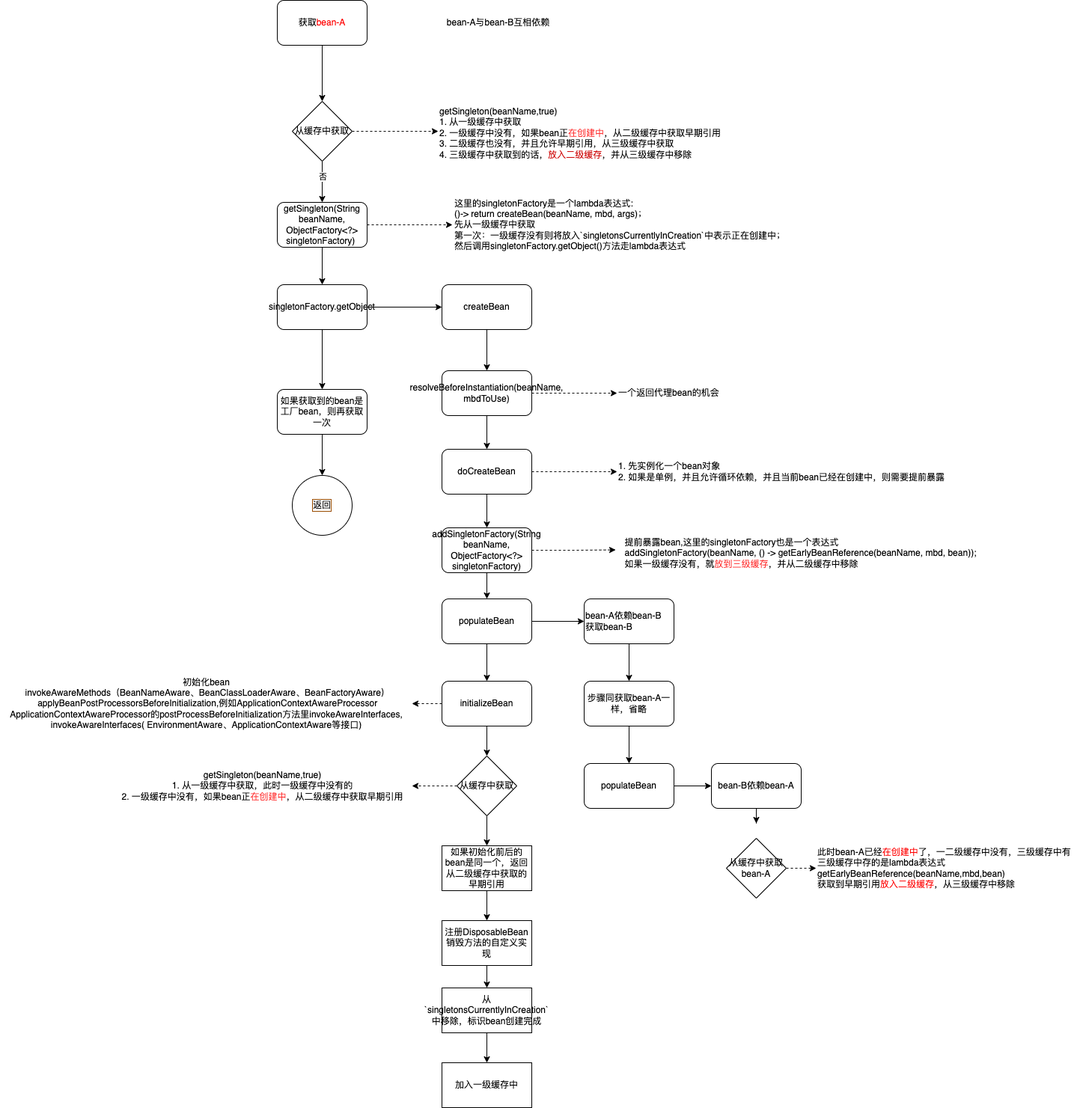
Before: src/main/java/com/example/documents/spring/image/spring-bean-lifecycle.png, a diagram exported from draw.io (codeeasily/MyNotes). Source tidied: cells renumbered, new cells last; positions are measured from the earlier drawing's top-left corner, leaving out a move shared by most shapes. The source it was exported from:
```xml
<mxGraphModel>
  <root>
    <mxCell id="0" />
    <mxCell id="1" parent="0" />
    <mxCell id="2" style="edgeStyle=orthogonalEdgeStyle;rounded=0;jettySize=auto;html=1;entryX=0.5;entryY=0;entryDx=0;entryDy=0;" parent="1" edge="1" source="3" target="12">
      <mxGeometry relative="1" as="geometry" />
    </mxCell>
    <mxCell id="3" value="获取&lt;font color=&quot;#ff0000&quot;&gt;bean-A&lt;/font&gt;" style="rounded=1;whiteSpace=wrap;html=1;" parent="1" vertex="1">
      <mxGeometry x="370" width="120" height="60" as="geometry" />
    </mxCell>
    <mxCell id="4" style="edgeStyle=orthogonalEdgeStyle;rounded=0;jettySize=auto;html=1;exitX=0.5;exitY=1;exitDx=0;exitDy=0;" parent="1" edge="1" source="12" target="10">
      <mxGeometry relative="1" as="geometry" />
    </mxCell>
    <mxCell id="5" value="否" style="edgeLabel;html=1;align=center;verticalAlign=middle;" parent="4" vertex="1">
      <mxGeometry x="-0.15" y="-2" relative="1" as="geometry">
        <mxPoint x="2" y="-3" as="offset" />
      </mxGeometry>
    </mxCell>
    <mxCell id="6" value="&lt;div style=&quot;orphans: 4; text-align: left;&quot;&gt;&lt;font face=&quot;Helvetica Neue, Helvetica, Arial, Segoe UI Emoji, sans-serif&quot; color=&quot;#b8bfc6&quot;&gt;&lt;span style=&quot;font-size: 16px; caret-color: rgb(184, 191, 198);&quot;&gt;&lt;br&gt;&lt;/span&gt;&lt;/font&gt;&lt;/div&gt;" style="text;html=1;align=center;verticalAlign=middle;strokeColor=none;fillColor=none;" parent="1" vertex="1">
      <mxGeometry x="800" y="215" width="20" height="30" as="geometry" />
    </mxCell>
    <mxCell id="7" value="getSingleton(beanName,true)&lt;br&gt;1. 从一级缓存中获取&lt;br&gt;2. 一级缓存中没有，如果bean正&lt;font color=&quot;#ff3333&quot;&gt;在创建中&lt;/font&gt;，从二级缓存中获取早期引用&lt;br&gt;3. 二级缓存也没有，并且允许早期引用，从三级缓存中获取&lt;br&gt;4. 三级缓存中获取到的话，&lt;font color=&quot;#cc0000&quot;&gt;放入二级缓存&lt;/font&gt;，并从三级缓存中移除" style="text;whiteSpace=wrap;html=1;" parent="1" vertex="1">
      <mxGeometry x="585" y="135" width="410" height="80" as="geometry" />
    </mxCell>
    <mxCell id="8" style="edgeStyle=orthogonalEdgeStyle;rounded=0;jettySize=auto;html=1;dashed=1;fontColor=#000000;" parent="1" edge="1" source="10">
      <mxGeometry relative="1" as="geometry">
        <mxPoint x="604" y="300" as="targetPoint" />
      </mxGeometry>
    </mxCell>
    <mxCell id="9" style="edgeStyle=orthogonalEdgeStyle;rounded=0;jettySize=auto;html=1;fontColor=#000000;" parent="1" edge="1" source="10" target="60">
      <mxGeometry relative="1" as="geometry" />
    </mxCell>
    <mxCell id="10" value="getSingleton(String beanName, ObjectFactory&amp;lt;?&amp;gt; singletonFactory)&amp;nbsp;" style="whiteSpace=wrap;html=1;rounded=1;" parent="1" vertex="1">
      <mxGeometry x="370" y="270" width="120" height="60" as="geometry" />
    </mxCell>
    <mxCell id="11" style="edgeStyle=orthogonalEdgeStyle;rounded=0;jettySize=auto;html=1;entryX=0;entryY=0.5;entryDx=0;entryDy=0;dashed=1;fontColor=#000000;" parent="1" edge="1" source="12" target="7">
      <mxGeometry relative="1" as="geometry" />
    </mxCell>
    <mxCell id="12" value="从缓存中获取" style="rhombus;whiteSpace=wrap;html=1;" parent="1" vertex="1">
      <mxGeometry x="390" y="135" width="80" height="80" as="geometry" />
    </mxCell>
    <mxCell id="13" value="这里的singletonFactory是一个lambda表达式:&lt;br&gt;()-&amp;gt; return createBean(beanName, mbd, args)；&lt;br&gt;先从一级缓存中获取&lt;br&gt;第一次：一级缓存没有则将放入`singletonsCurrentlyInCreation`中表示正在创建中；&lt;br&gt;然后调用singletonFactory.getObject()方法走lambda表达式" style="text;html=1;align=left;verticalAlign=middle;strokeColor=none;fillColor=none;" parent="1" vertex="1">
      <mxGeometry x="605" y="255" width="470" height="90" as="geometry" />
    </mxCell>
    <mxCell id="14" style="edgeStyle=orthogonalEdgeStyle;rounded=0;jettySize=auto;html=1;" parent="1" edge="1" source="16" target="20">
      <mxGeometry relative="1" as="geometry" />
    </mxCell>
    <mxCell id="15" style="edgeStyle=orthogonalEdgeStyle;rounded=0;jettySize=auto;html=1;dashed=1;fontColor=#000000;" parent="1" edge="1" source="16" target="17">
      <mxGeometry relative="1" as="geometry" />
    </mxCell>
    <mxCell id="16" value="resolveBeforeInstantiation(beanName, mbdToUse)" style="rounded=1;align=center;whiteSpace=wrap;html=1;" parent="1" vertex="1">
      <mxGeometry x="590" y="495" width="120" height="60" as="geometry" />
    </mxCell>
    <mxCell id="17" value="一个返回代理bean的机会" style="text;html=1;align=left;verticalAlign=middle;points=[];strokeColor=none;fillColor=none;" parent="1" vertex="1">
      <mxGeometry x="824" y="510" width="160" height="30" as="geometry" />
    </mxCell>
    <mxCell id="18" style="edgeStyle=orthogonalEdgeStyle;rounded=0;jettySize=auto;html=1;" parent="1" edge="1" source="20" target="24">
      <mxGeometry relative="1" as="geometry" />
    </mxCell>
    <mxCell id="19" style="edgeStyle=orthogonalEdgeStyle;rounded=0;jettySize=auto;html=1;dashed=1;fontColor=#000000;" parent="1" edge="1" source="20" target="21">
      <mxGeometry relative="1" as="geometry" />
    </mxCell>
    <mxCell id="20" value="doCreateBean" style="whiteSpace=wrap;html=1;rounded=1;" parent="1" vertex="1">
      <mxGeometry x="590" y="600" width="120" height="60" as="geometry" />
    </mxCell>
    <mxCell id="21" value="&lt;span style=&quot;background-color: initial;&quot;&gt;1. 先实例化一个bean对象&lt;/span&gt;&lt;br&gt;&lt;span style=&quot;background-color: initial;&quot;&gt;2. 如果是单例，并且允许循环依赖，并且当前bean已经在创建中，则需要提前暴露&lt;/span&gt;" style="text;html=1;align=left;verticalAlign=middle;points=[];strokeColor=none;fillColor=none;" parent="1" vertex="1">
      <mxGeometry x="824" y="610" width="460" height="40" as="geometry" />
    </mxCell>
    <mxCell id="22" style="edgeStyle=orthogonalEdgeStyle;rounded=0;jettySize=auto;html=1;fontColor=#FF3333;" parent="1" edge="1" source="24" target="28">
      <mxGeometry relative="1" as="geometry" />
    </mxCell>
    <mxCell id="23" style="edgeStyle=orthogonalEdgeStyle;rounded=0;jettySize=auto;html=1;entryX=-0.004;entryY=0.425;entryDx=0;entryDy=0;entryPerimeter=0;fontColor=#000000;dashed=1;" parent="1" edge="1" source="24" target="25">
      <mxGeometry relative="1" as="geometry" />
    </mxCell>
    <mxCell id="24" value="addSingletonFactory(String beanName, ObjectFactory&amp;lt;?&amp;gt; singletonFactory)" style="whiteSpace=wrap;html=1;rounded=1;" parent="1" vertex="1">
      <mxGeometry x="590" y="705" width="120" height="60" as="geometry" />
    </mxCell>
    <mxCell id="25" value="&lt;div style=&quot;text-align: left;&quot;&gt;&lt;span style=&quot;background-color: initial;&quot;&gt;提前暴露bean,这里的singletonFactory也是一个表达式&lt;/span&gt;&lt;/div&gt;addSingletonFactory(beanName, () -&amp;gt; getEarlyBeanReference(beanName, mbd, bean));&lt;br&gt;&lt;div style=&quot;text-align: left;&quot;&gt;如果一级缓存没有，就&lt;font color=&quot;#ff3333&quot;&gt;放到三级缓存&lt;/font&gt;，并从二级缓存中移除&lt;/div&gt;" style="text;html=1;align=center;verticalAlign=middle;points=[];strokeColor=none;fillColor=none;" parent="1" vertex="1">
      <mxGeometry x="824" y="709" width="490" height="60" as="geometry" />
    </mxCell>
    <mxCell id="26" style="edgeStyle=orthogonalEdgeStyle;rounded=0;jettySize=auto;html=1;fontColor=#FF3333;" parent="1" edge="1" source="28" target="31">
      <mxGeometry relative="1" as="geometry" />
    </mxCell>
    <mxCell id="27" style="edgeStyle=orthogonalEdgeStyle;rounded=0;jettySize=auto;html=1;fontColor=#000000;" parent="1" edge="1" source="28" target="34">
      <mxGeometry relative="1" as="geometry" />
    </mxCell>
    <mxCell id="28" value="populateBean" style="whiteSpace=wrap;html=1;rounded=1;" parent="1" vertex="1">
      <mxGeometry x="590" y="800" width="120" height="60" as="geometry" />
    </mxCell>
    <mxCell id="29" style="edgeStyle=orthogonalEdgeStyle;rounded=0;jettySize=auto;html=1;dashed=1;fontColor=#000000;" parent="1" edge="1" source="31" target="44">
      <mxGeometry relative="1" as="geometry" />
    </mxCell>
    <mxCell id="30" style="edgeStyle=orthogonalEdgeStyle;rounded=0;jettySize=auto;html=1;fontColor=#FF0000;" parent="1" edge="1" source="31" target="47">
      <mxGeometry relative="1" as="geometry" />
    </mxCell>
    <mxCell id="31" value="initializeBean" style="whiteSpace=wrap;html=1;rounded=1;" parent="1" vertex="1">
      <mxGeometry x="590" y="910" width="120" height="60" as="geometry" />
    </mxCell>
    <mxCell id="32" value="&lt;font color=&quot;#000000&quot;&gt;bean-A与bean-B互相依赖&lt;/font&gt;" style="text;html=1;align=center;verticalAlign=middle;strokeColor=none;fillColor=none;fontColor=#FF3333;" parent="1" vertex="1">
      <mxGeometry x="585" y="15" width="160" height="30" as="geometry" />
    </mxCell>
    <mxCell id="33" style="edgeStyle=orthogonalEdgeStyle;rounded=0;jettySize=auto;html=1;fontColor=#FF3333;" parent="1" edge="1" source="34" target="40">
      <mxGeometry relative="1" as="geometry" />
    </mxCell>
    <mxCell id="34" value="bean-A依赖bean-B&lt;br&gt;获取bean-B" style="whiteSpace=wrap;html=1;rounded=1;align=left;" parent="1" vertex="1">
      <mxGeometry x="780" y="800" width="120" height="60" as="geometry" />
    </mxCell>
    <mxCell id="35" style="edgeStyle=orthogonalEdgeStyle;rounded=0;jettySize=auto;html=1;fontColor=#FF3333;" parent="1" edge="1" source="36" target="38">
      <mxGeometry relative="1" as="geometry" />
    </mxCell>
    <mxCell id="36" value="populateBean" style="whiteSpace=wrap;html=1;rounded=1;" parent="1" vertex="1">
      <mxGeometry x="780" y="1020" width="120" height="60" as="geometry" />
    </mxCell>
    <mxCell id="37" style="edgeStyle=orthogonalEdgeStyle;rounded=0;jettySize=auto;html=1;fontColor=#FF3333;" parent="1" edge="1" source="38">
      <mxGeometry relative="1" as="geometry">
        <mxPoint x="1010" y="1100" as="targetPoint" />
      </mxGeometry>
    </mxCell>
    <mxCell id="38" value="bean-B依赖bean-A" style="whiteSpace=wrap;html=1;rounded=1;" parent="1" vertex="1">
      <mxGeometry x="950" y="1020" width="120" height="60" as="geometry" />
    </mxCell>
    <mxCell id="39" style="edgeStyle=orthogonalEdgeStyle;rounded=0;jettySize=auto;html=1;fontColor=#FF3333;" parent="1" edge="1" source="40" target="36">
      <mxGeometry relative="1" as="geometry" />
    </mxCell>
    <mxCell id="40" value="步骤同获取bean-A一样，省略" style="whiteSpace=wrap;html=1;align=center;rounded=1;" parent="1" vertex="1">
      <mxGeometry x="780" y="910" width="120" height="60" as="geometry" />
    </mxCell>
    <mxCell id="41" value="&lt;font color=&quot;#000000&quot;&gt;此时bean-A已经&lt;/font&gt;&lt;font color=&quot;#ff0000&quot;&gt;在创建中&lt;/font&gt;&lt;font color=&quot;#000000&quot;&gt;了，一二级缓存中没有，三级缓存中有&lt;br&gt;三级缓存中存的是lambda表达式&lt;br&gt;getEarlyBeanReference(beanName,mbd,bean)&lt;br&gt;获取到早期引用&lt;/font&gt;&lt;font color=&quot;#ff0000&quot;&gt;放入二级缓存&lt;/font&gt;&lt;font color=&quot;#000000&quot;&gt;，从三级缓存中移除&lt;br&gt;&lt;/font&gt;" style="text;html=1;align=left;verticalAlign=middle;points=[];strokeColor=none;fillColor=none;fontColor=#FF3333;" parent="1" vertex="1">
      <mxGeometry x="1090" y="1125" width="360" height="70" as="geometry" />
    </mxCell>
    <mxCell id="42" style="edgeStyle=orthogonalEdgeStyle;rounded=0;jettySize=auto;html=1;dashed=1;fontColor=#000000;" parent="1" edge="1" source="43" target="41">
      <mxGeometry relative="1" as="geometry" />
    </mxCell>
    <mxCell id="43" value="从缓存中获取&lt;br&gt;bean-A" style="rhombus;whiteSpace=wrap;html=1;fontColor=#000000;" parent="1" vertex="1">
      <mxGeometry x="970" y="1120" width="80" height="80" as="geometry" />
    </mxCell>
    <mxCell id="44" value="&lt;div&gt;初始化bean&lt;/div&gt;&lt;div&gt;&amp;nbsp;invokeAwareMethods（BeanNameAware、BeanClassLoaderAware、BeanFactoryAware）&lt;/div&gt;&lt;div&gt;&amp;nbsp;applyBeanPostProcessorsBeforeInitialization,例如ApplicationContextAwareProcessor&lt;/div&gt;&lt;div&gt;ApplicationContextAwareProcessor的postProcessBeforeInitialization方法里invokeAwareInterfaces,&lt;/div&gt;&lt;div&gt;invokeAwareInterfaces( EnvironmentAware、ApplicationContextAware等接口)&lt;/div&gt;" style="text;html=1;align=center;verticalAlign=middle;points=[];strokeColor=none;fillColor=none;fontColor=#000000;" parent="1" vertex="1">
      <mxGeometry y="895" width="550" height="90" as="geometry" />
    </mxCell>
    <mxCell id="45" style="edgeStyle=orthogonalEdgeStyle;rounded=0;jettySize=auto;html=1;fontColor=#000000;" parent="1" edge="1" source="47" target="50">
      <mxGeometry relative="1" as="geometry" />
    </mxCell>
    <mxCell id="46" style="edgeStyle=orthogonalEdgeStyle;rounded=0;jettySize=auto;html=1;fontColor=#000000;dashed=1;" parent="1" edge="1" source="47" target="48">
      <mxGeometry relative="1" as="geometry" />
    </mxCell>
    <mxCell id="47" value="从缓存中获取" style="rhombus;whiteSpace=wrap;html=1;" parent="1" vertex="1">
      <mxGeometry x="610" y="1010" width="80" height="80" as="geometry" />
    </mxCell>
    <mxCell id="48" value="&lt;span style=&quot;color: rgb(0, 0, 0);&quot;&gt;getSingleton(beanName,true)&lt;/span&gt;&lt;br style=&quot;color: rgb(0, 0, 0);&quot;&gt;&lt;span style=&quot;color: rgb(0, 0, 0);&quot;&gt;1. 从一级缓存中获取，此时一级缓存中没有的&lt;/span&gt;&lt;br style=&quot;color: rgb(0, 0, 0);&quot;&gt;&lt;span style=&quot;color: rgb(0, 0, 0);&quot;&gt;2. 一级缓存中没有，如果bean正&lt;/span&gt;&lt;font style=&quot;&quot; color=&quot;#ff3333&quot;&gt;在创建中&lt;/font&gt;&lt;span style=&quot;color: rgb(0, 0, 0);&quot;&gt;，从二级缓存中获取早期引用&lt;/span&gt;" style="text;html=1;align=center;verticalAlign=middle;points=[];strokeColor=none;fillColor=none;fontColor=#FF0000;" parent="1" vertex="1">
      <mxGeometry x="150" y="1020" width="400" height="60" as="geometry" />
    </mxCell>
    <mxCell id="49" style="edgeStyle=orthogonalEdgeStyle;rounded=0;jettySize=auto;html=1;fontColor=#000000;" parent="1" edge="1" source="50" target="52">
      <mxGeometry relative="1" as="geometry" />
    </mxCell>
    <mxCell id="50" value="如果初始化前后的bean是同一个，返回从二级缓存中获取的早期引用" style="whiteSpace=wrap;html=1;" parent="1" vertex="1">
      <mxGeometry x="590" y="1130" width="120" height="60" as="geometry" />
    </mxCell>
    <mxCell id="51" style="edgeStyle=orthogonalEdgeStyle;rounded=0;jettySize=auto;html=1;fontColor=#000000;" parent="1" edge="1" source="52" target="56">
      <mxGeometry relative="1" as="geometry" />
    </mxCell>
    <mxCell id="52" value="注册DisposableBean 销毁方法的自定义实现" style="whiteSpace=wrap;html=1;" parent="1" vertex="1">
      <mxGeometry x="590" y="1230" width="120" height="60" as="geometry" />
    </mxCell>
    <mxCell id="53" style="edgeStyle=orthogonalEdgeStyle;rounded=0;jettySize=auto;html=1;fontColor=#000000;" parent="1" edge="1" source="54" target="16">
      <mxGeometry relative="1" as="geometry" />
    </mxCell>
    <mxCell id="54" value="createBean" style="whiteSpace=wrap;html=1;rounded=1;" parent="1" vertex="1">
      <mxGeometry x="590" y="380" width="120" height="60" as="geometry" />
    </mxCell>
    <mxCell id="55" style="edgeStyle=orthogonalEdgeStyle;rounded=0;jettySize=auto;html=1;fontColor=#000000;" parent="1" edge="1" source="56" target="57">
      <mxGeometry relative="1" as="geometry" />
    </mxCell>
    <mxCell id="56" value="&lt;span style=&quot;text-align: left;&quot;&gt;从`singletonsCurrentlyInCreation`中移除，标识bean创建完成&lt;/span&gt;" style="whiteSpace=wrap;html=1;" parent="1" vertex="1">
      <mxGeometry x="590" y="1320" width="120" height="60" as="geometry" />
    </mxCell>
    <mxCell id="57" value="加入一级缓存中" style="whiteSpace=wrap;html=1;" parent="1" vertex="1">
      <mxGeometry x="590" y="1420" width="120" height="60" as="geometry" />
    </mxCell>
    <mxCell id="58" style="edgeStyle=orthogonalEdgeStyle;rounded=0;jettySize=auto;html=1;fontColor=#000000;" parent="1" edge="1" source="60" target="54">
      <mxGeometry relative="1" as="geometry" />
    </mxCell>
    <mxCell id="59" style="edgeStyle=orthogonalEdgeStyle;rounded=0;jettySize=auto;html=1;fontColor=#000000;" parent="1" edge="1" source="60" target="62">
      <mxGeometry relative="1" as="geometry" />
    </mxCell>
    <mxCell id="60" value="singletonFactory.getObject" style="whiteSpace=wrap;html=1;rounded=1;" parent="1" vertex="1">
      <mxGeometry x="370" y="380" width="120" height="60" as="geometry" />
    </mxCell>
    <mxCell id="61" style="edgeStyle=orthogonalEdgeStyle;rounded=0;jettySize=auto;html=1;fontColor=#000000;" parent="1" edge="1" source="62" target="63">
      <mxGeometry relative="1" as="geometry" />
    </mxCell>
    <mxCell id="62" value="如果获取到的bean是工厂bean，则再获取一次" style="whiteSpace=wrap;html=1;rounded=1;" parent="1" vertex="1">
      <mxGeometry x="370" y="520" width="120" height="60" as="geometry" />
    </mxCell>
    <mxCell id="63" value="返回" style="ellipse;whiteSpace=wrap;html=1;labelBorderColor=#994C00;fontColor=#000000;" parent="1" vertex="1">
      <mxGeometry x="390" y="635" width="80" height="80" as="geometry" />
    </mxCell>
  </root>
</mxGraphModel>
```
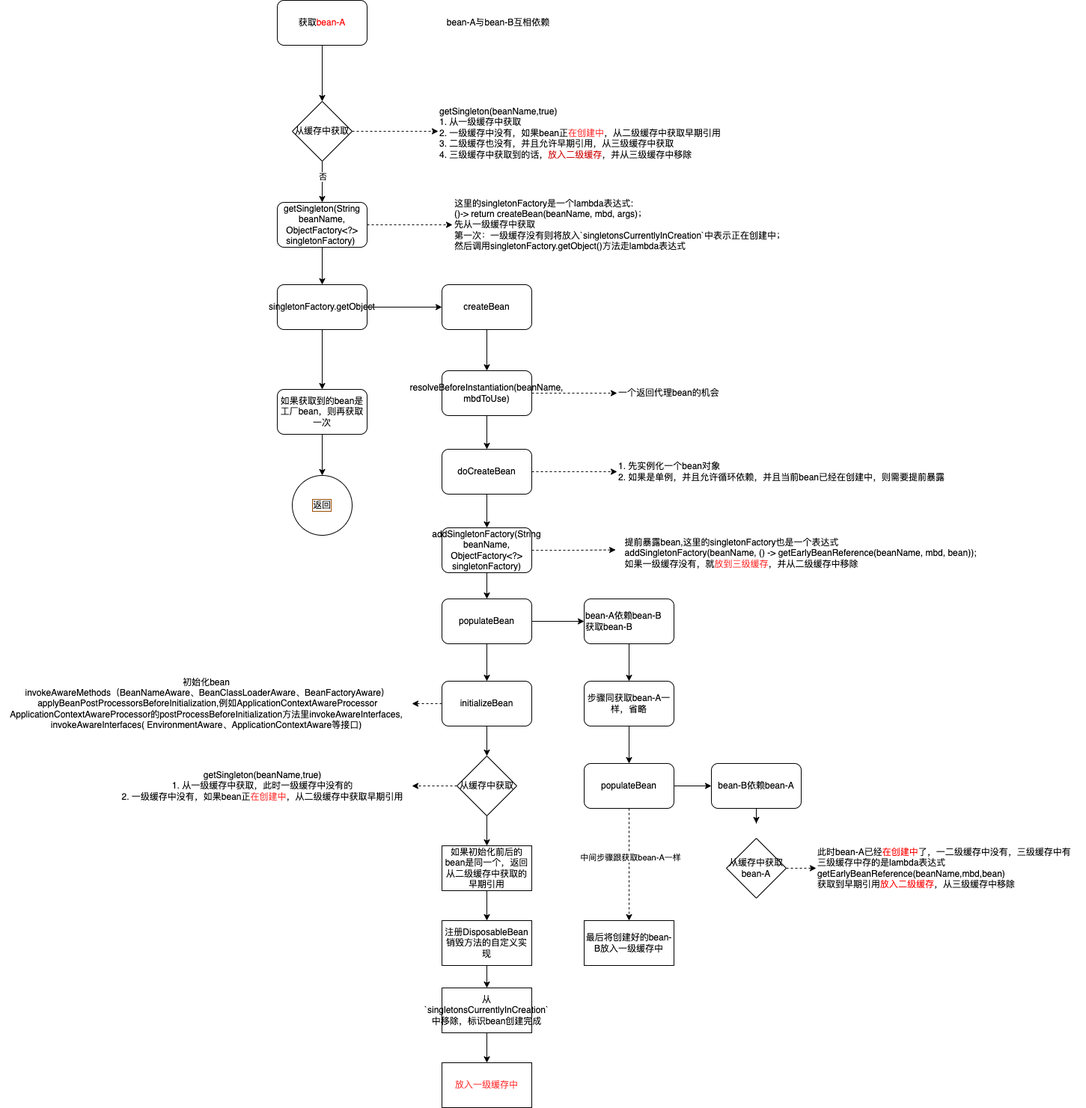
After the commit.

Change to the diagram source:
```diff
@@ -108,6 +108,14 @@
     <mxCell id="35" style="edgeStyle=orthogonalEdgeStyle;rounded=0;jettySize=auto;html=1;fontColor=#FF3333;" parent="1" edge="1" source="36" target="38">
       <mxGeometry relative="1" as="geometry" />
     </mxCell>
+    <mxCell id="64" style="edgeStyle=orthogonalEdgeStyle;rounded=0;jettySize=auto;html=1;dashed=1;fontColor=#FF3333;entryX=0.5;entryY=0;entryDx=0;entryDy=0;" parent="1" edge="1" source="36" target="66">
+      <mxGeometry relative="1" as="geometry" />
+    </mxCell>
+    <mxCell id="65" value="&lt;font color=&quot;#000000&quot;&gt;中间步骤跟获取bean-A一样&lt;/font&gt;" style="edgeLabel;html=1;align=center;verticalAlign=middle;fontColor=#FF3333;" parent="64" vertex="1">
+      <mxGeometry x="-0.15" y="1" relative="1" as="geometry">
+        <mxPoint y="1" as="offset" />
+      </mxGeometry>
+    </mxCell>
     <mxCell id="36" value="populateBean" style="whiteSpace=wrap;html=1;rounded=1;" parent="1" vertex="1">
       <mxGeometry x="780" y="1020" width="120" height="60" as="geometry" />
     </mxCell>
@@ -173,7 +181,7 @@
     <mxCell id="56" value="&lt;span style=&quot;text-align: left;&quot;&gt;从`singletonsCurrentlyInCreation`中移除，标识bean创建完成&lt;/span&gt;" style="whiteSpace=wrap;html=1;" parent="1" vertex="1">
       <mxGeometry x="590" y="1320" width="120" height="60" as="geometry" />
     </mxCell>
-    <mxCell id="57" value="加入一级缓存中" style="whiteSpace=wrap;html=1;" parent="1" vertex="1">
+    <mxCell id="57" value="放入一级缓存中" style="whiteSpace=wrap;html=1;fontColor=#FF3333;" parent="1" vertex="1">
       <mxGeometry x="590" y="1420" width="120" height="60" as="geometry" />
     </mxCell>
     <mxCell id="58" style="edgeStyle=orthogonalEdgeStyle;rounded=0;jettySize=auto;html=1;fontColor=#000000;" parent="1" edge="1" source="60" target="54">
@@ -194,5 +202,8 @@
     <mxCell id="63" value="返回" style="ellipse;whiteSpace=wrap;html=1;labelBorderColor=#994C00;fontColor=#000000;" parent="1" vertex="1">
       <mxGeometry x="390" y="635" width="80" height="80" as="geometry" />
     </mxCell>
+    <mxCell id="66" value="最后将创建好的bean-B放入一级缓存中" style="whiteSpace=wrap;html=1;fontColor=#000000;" parent="1" vertex="1">
+      <mxGeometry x="780" y="1230" width="120" height="60" as="geometry" />
+    </mxCell>
   </root>
 </mxGraphModel>
```
